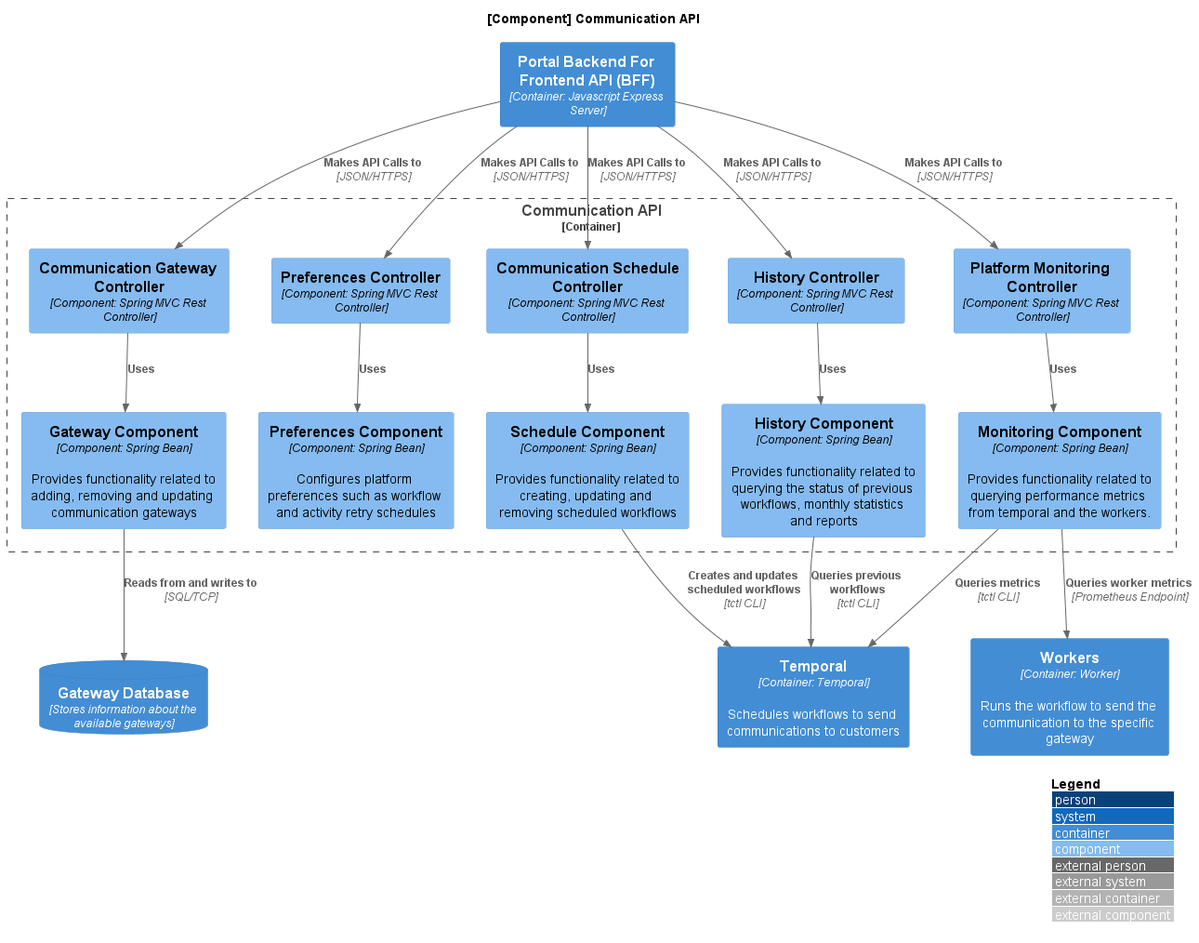
CameronWard301/communication_scheduler keeps this PlantUML diagram as Designs/Images/System Context/Components/CommunicationAPIComponent.png. Above is the earlier version. Its diagram source:
```plantuml
@startuml CommunicationAPIComponent
!include https://raw.githubusercontent.com/plantuml-stdlib/C4-PlantUML/master/C4_Container.puml
!include https://raw.githubusercontent.com/plantuml-stdlib/C4-PlantUML/master/C4_Component.puml

LAYOUT_WITH_LEGEND()

title [Component] Communication API

Container(webBFF, "Portal Backend For Frontend API (BFF)", "Container: Javascript Express Server")
ContainerDb(gatewayDB, "Gateway Database", "Stores information about the available gateways")
Container(temporal, "Temporal", "Container: Temporal", "Schedules workflows to send communications to customers")
Container(workers, "Workers", "Container: Worker", "Runs the workflow to send the communication to the specific gateway")


Container_Boundary(component, "Communication API") {
    Component(gatewayController, "Communication Gateway Controller", "Component: Spring MVC Rest Controller")
    Component(prefecencesController, "Preferences Controller", "Component: Spring MVC Rest Controller")
    Component(scheduleController, "Communication Schedule Controller", "Component: Spring MVC Rest Controller")
    Component(historyController, "History Controller", "Component: Spring MVC Rest Controller")
    Component(platformController, "Platform Monitoring Controller", "Component: Spring MVC Rest Controller")

    Component(gatewayComponent, "Gateway Component", "Component: Spring Bean", "Provides functionality related to adding, removing and updating communication gateways")
    Component(scheduleComponent, "Schedule Component", "Component: Spring Bean", "Provides functionality related to creating, updating and removing scheduled workflows")
    Component(preferencesComponent, "Preferences Component", "Component: Spring Bean", "Configures platform preferences such as workflow and activity retry schedules")
    Component(historyComponent, "History Component", "Component: Spring Bean", "Provides functionality related to querying the status of previous workflows, monthly statistics and reports")
    Component(monitoringComponent, "Monitoring Component", "Component: Spring Bean", "Provides functionality related to querying performance metrics from temporal and the workers.")
}

Rel(webBFF, gatewayController, "Makes API Calls to", "JSON/HTTPS")
Rel(webBFF, scheduleController, "Makes API Calls to", "JSON/HTTPS")
Rel(webBFF, prefecencesController, "Makes API Calls to", "JSON/HTTPS")
Rel(webBFF, historyController, "Makes API Calls to", "JSON/HTTPS")
Rel(webBFF, platformController, "Makes API Calls to", "JSON/HTTPS")

Rel(gatewayController, gatewayComponent, "Uses")
Rel(gatewayComponent, gatewayDB, "Reads from and writes to", "SQL/TCP")

Rel(scheduleController, scheduleComponent, "Uses")
Rel(scheduleComponent, temporal, "Creates and updates scheduled workflows", "tctl CLI")

Rel(prefecencesController, preferencesComponent, "Uses")

Rel(historyController, historyComponent, "Uses")
Rel(historyComponent, temporal, "Queries previous workflows", "tctl CLI")

Rel(platformController, monitoringComponent, "Uses")
Rel(monitoringComponent, temporal, "Queries metrics", "tctl CLI")
Rel(monitoringComponent, workers, "Queries worker metrics", "Prometheus Endpoint")

@enduml
```
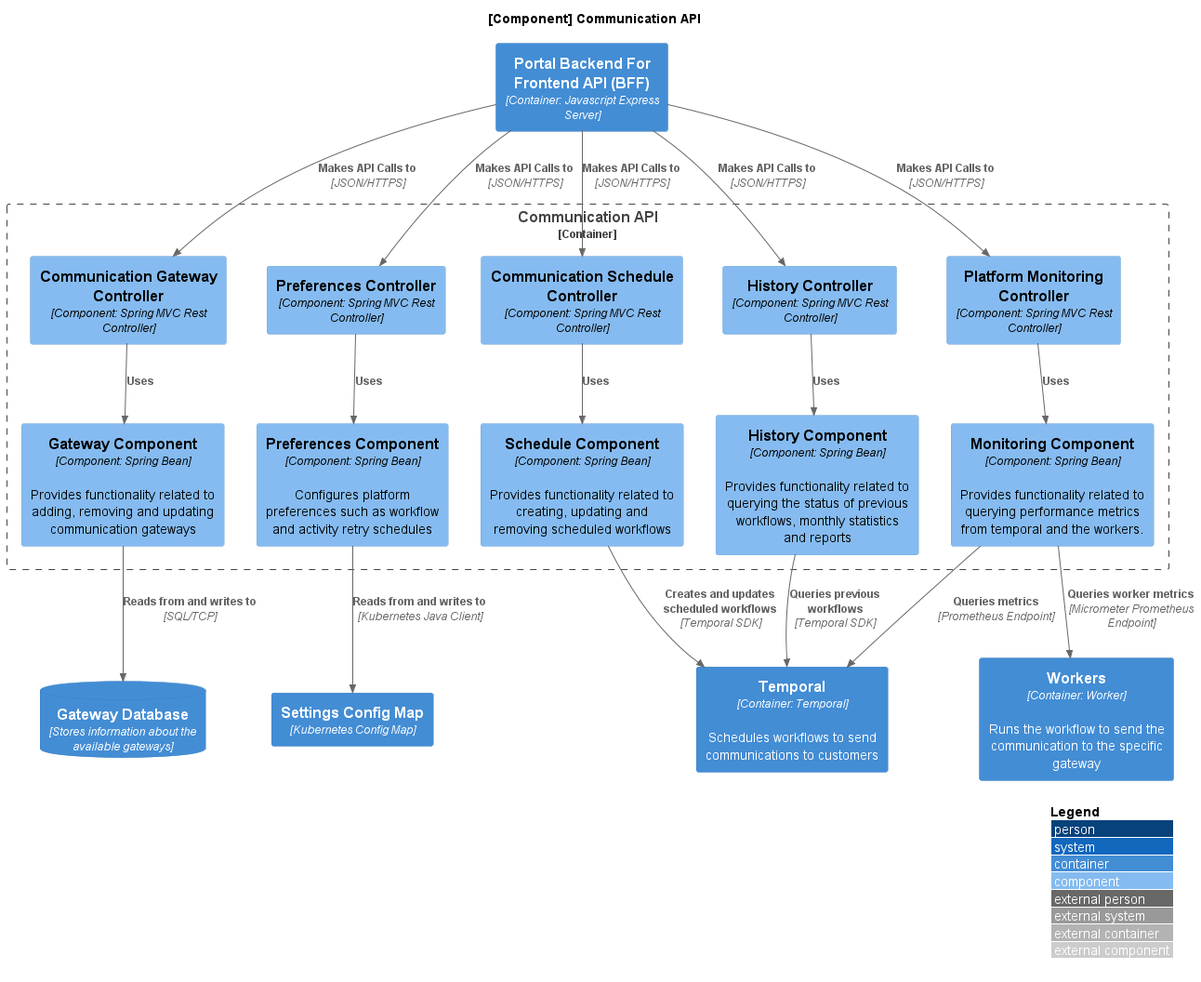
After the change.

The edit, as a diff of the source:
```diff
@@ -8,13 +8,14 @@
 
 Container(webBFF, "Portal Backend For Frontend API (BFF)", "Container: Javascript Express Server")
 ContainerDb(gatewayDB, "Gateway Database", "Stores information about the available gateways")
+Container(settings, "Settings Config Map", "Kubernetes Config Map")
 Container(temporal, "Temporal", "Container: Temporal", "Schedules workflows to send communications to customers")
 Container(workers, "Workers", "Container: Worker", "Runs the workflow to send the communication to the specific gateway")
 
 
 Container_Boundary(component, "Communication API") {
     Component(gatewayController, "Communication Gateway Controller", "Component: Spring MVC Rest Controller")
-    Component(prefecencesController, "Preferences Controller", "Component: Spring MVC Rest Controller")
+    Component(preferencesController, "Preferences Controller", "Component: Spring MVC Rest Controller")
     Component(scheduleController, "Communication Schedule Controller", "Component: Spring MVC Rest Controller")
     Component(historyController, "History Controller", "Component: Spring MVC Rest Controller")
     Component(platformController, "Platform Monitoring Controller", "Component: Spring MVC Rest Controller")
@@ -28,7 +29,7 @@
 
 Rel(webBFF, gatewayController, "Makes API Calls to", "JSON/HTTPS")
 Rel(webBFF, scheduleController, "Makes API Calls to", "JSON/HTTPS")
-Rel(webBFF, prefecencesController, "Makes API Calls to", "JSON/HTTPS")
+Rel(webBFF, preferencesController, "Makes API Calls to", "JSON/HTTPS")
 Rel(webBFF, historyController, "Makes API Calls to", "JSON/HTTPS")
 Rel(webBFF, platformController, "Makes API Calls to", "JSON/HTTPS")
 
@@ -36,15 +37,16 @@
 Rel(gatewayComponent, gatewayDB, "Reads from and writes to", "SQL/TCP")
 
 Rel(scheduleController, scheduleComponent, "Uses")
-Rel(scheduleComponent, temporal, "Creates and updates scheduled workflows", "tctl CLI")
+Rel(scheduleComponent, temporal, "Creates and updates scheduled workflows", "Temporal SDK")
 
-Rel(prefecencesController, preferencesComponent, "Uses")
+Rel(preferencesController, preferencesComponent, "Uses")
+Rel(preferencesComponent, settings, "Reads from and writes to", "Kubernetes Java Client")
 
 Rel(historyController, historyComponent, "Uses")
-Rel(historyComponent, temporal, "Queries previous workflows", "tctl CLI")
+Rel(historyComponent, temporal, "Queries previous workflows", "Temporal SDK")
 
 Rel(platformController, monitoringComponent, "Uses")
-Rel(monitoringComponent, temporal, "Queries metrics", "tctl CLI")
-Rel(monitoringComponent, workers, "Queries worker metrics", "Prometheus Endpoint")
+Rel(monitoringComponent, temporal, "Queries metrics", "Prometheus Endpoint")
+Rel(monitoringComponent, workers, "Queries worker metrics", "Micrometer Prometheus Endpoint")
 
 @enduml
```
